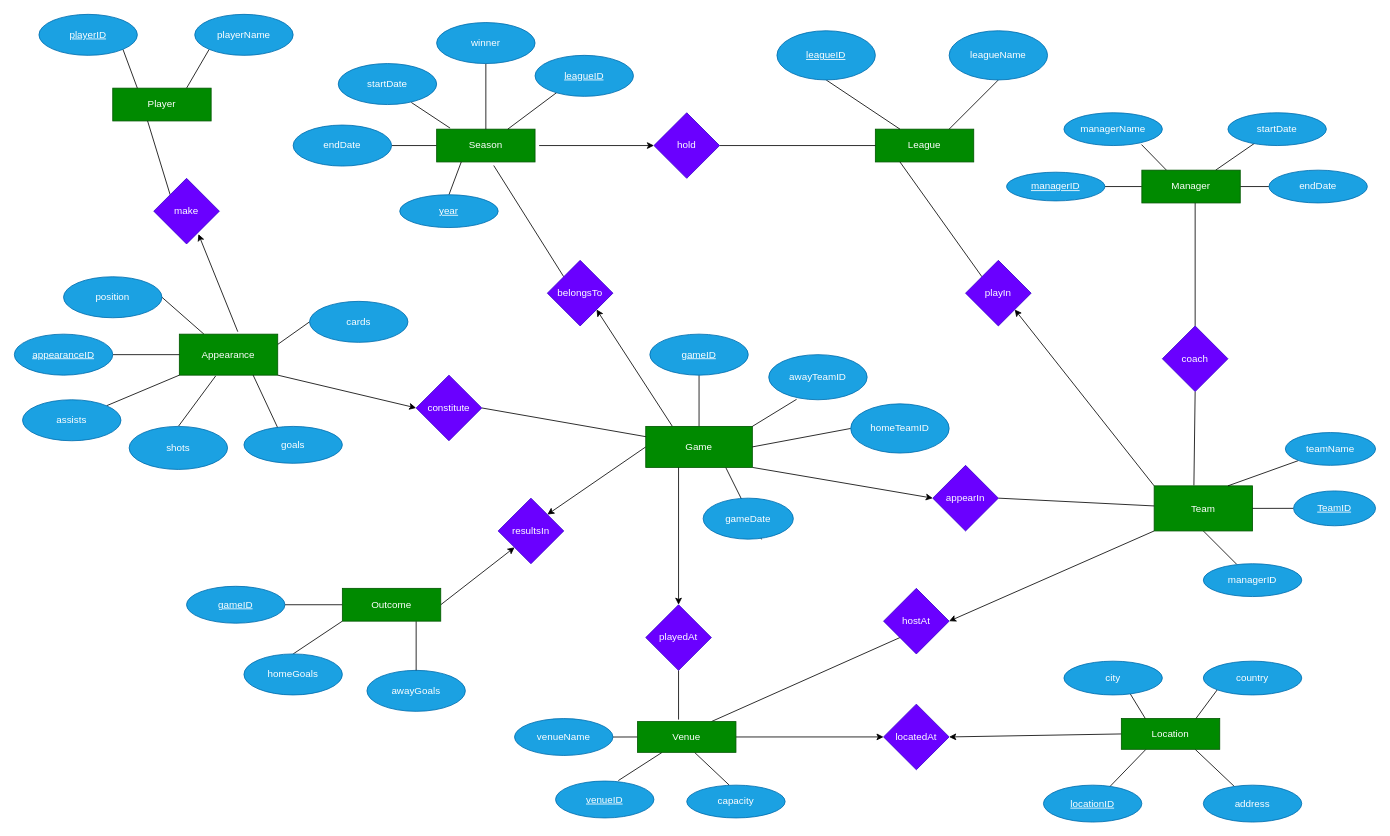
This is erdiagram.drawio from dgambone3/Soccer_Relational_Database, a draw.io file, before an edit. Source tidied: cells renumbered, new cells numbered last; positions are measured from the earlier drawing's top-left corner, leaving out a move shared by most shapes. Both pictures are drawn from the tidied source at 82%, with x=0, y=0 at pixel (14, 14).
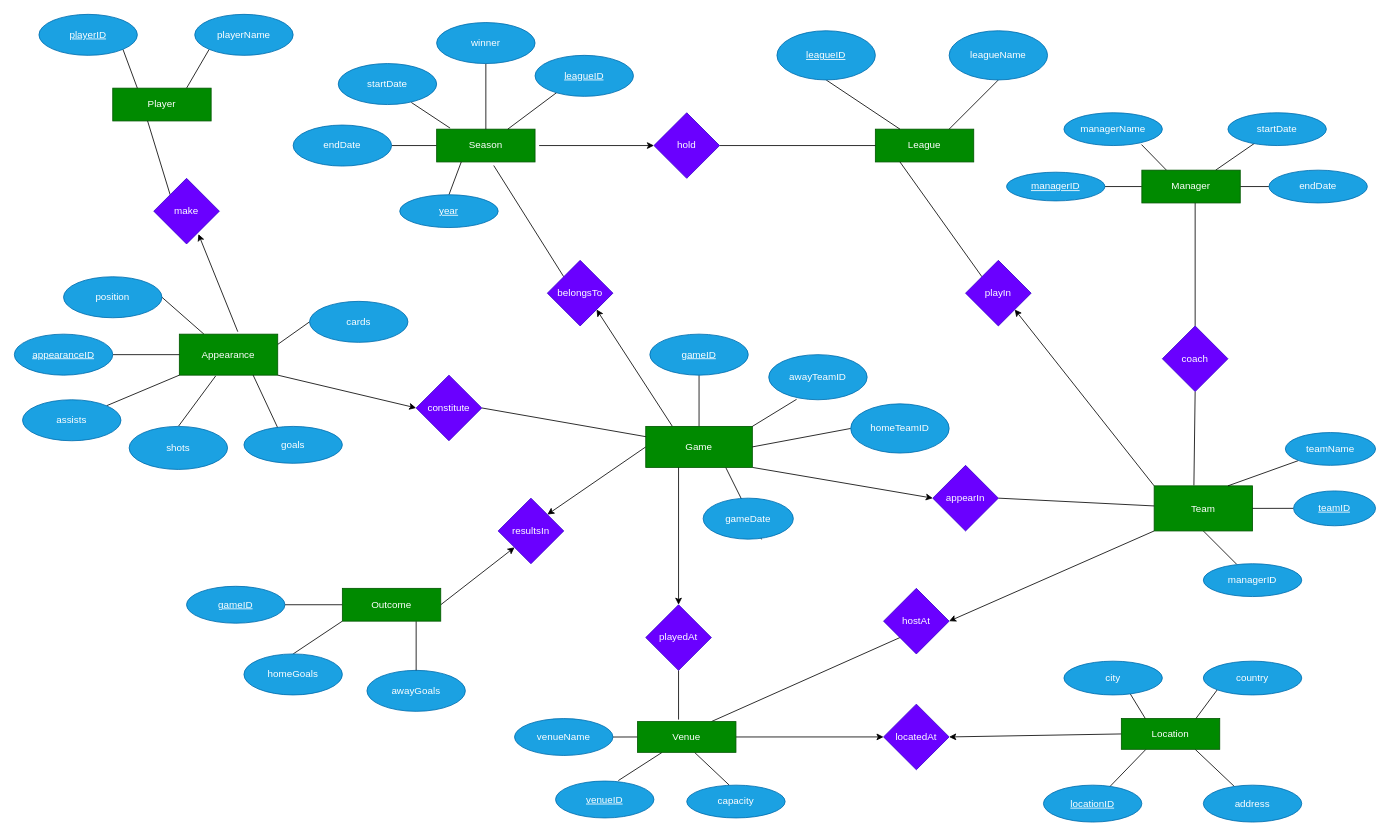
The same page after the edit.

Commit message (it also covers changes not shown here):
Added info to schema txt file

The edit, as a diff of the source:
```diff
@@
-    <mxCell id="8" value="&lt;u&gt;TeamID&lt;/u&gt;" style="ellipse;whiteSpace=wrap;html=1;fillColor=#1ba1e2;fontColor=#ffffff;strokeColor=#006EAF;" parent="1" vertex="1">
+    <mxCell id="8" value="&lt;u&gt;teamID&lt;/u&gt;" style="ellipse;whiteSpace=wrap;html=1;fillColor=#1ba1e2;fontColor=#ffffff;strokeColor=#006EAF;" parent="1" vertex="1">
       <mxGeometry x="1560" y="581.2" width="100" height="42.5" as="geometry" />
     </mxCell>
```
